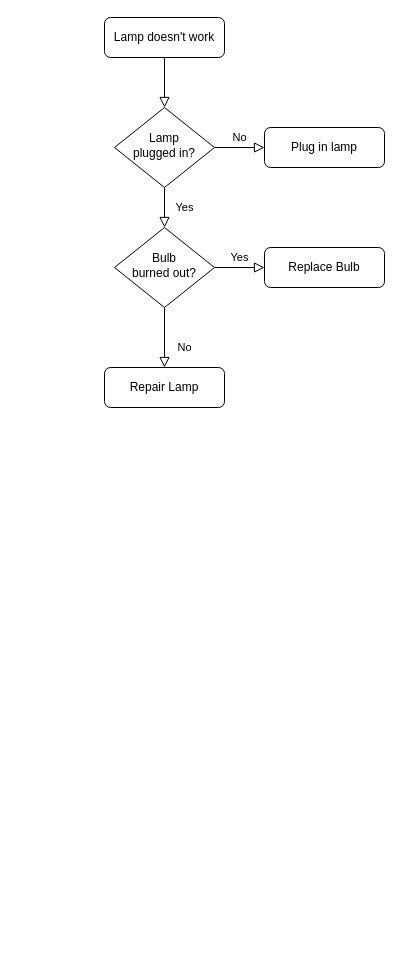
Before: Untitled Diagram.drawio in calvinhaviandy/simple-website, a draw.io diagram. Source tidied: cells renumbered, new cells numbered last; positions are measured from the earlier drawing's top-left corner, leaving out a move shared by most shapes. Both pictures are drawn from the tidied source at 100%, with x=0, y=0 at pixel (104, 17).
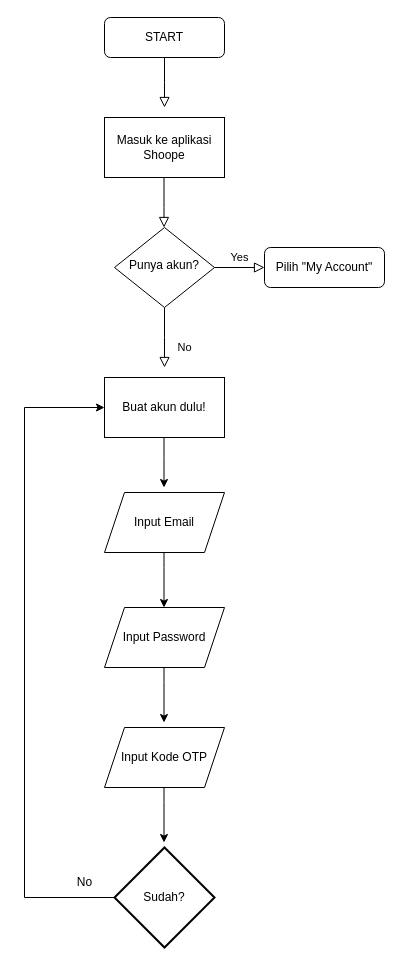
The same page after the edit.

The edit, as a diff of the source:
```diff
@@
-    <mxCell id="2" style="rounded=0;html=1;jettySize=auto;fontSize=11;endArrow=block;endFill=0;endSize=8;strokeWidth=1;shadow=0;labelBackgroundColor=none;edgeStyle=orthogonalEdgeStyle;" parent="1" edge="1" source="3" target="6">
-      <mxGeometry relative="1" as="geometry" />
+    <mxCell id="2" style="rounded=0;html=1;jettySize=auto;fontSize=11;endArrow=block;endFill=0;endSize=8;strokeWidth=1;shadow=0;labelBackgroundColor=none;edgeStyle=orthogonalEdgeStyle;" parent="1" edge="1" source="3">
+      <mxGeometry relative="1" as="geometry">
+        <mxPoint x="60" y="90" as="targetPoint" />
+      </mxGeometry>
     </mxCell>
-    <mxCell id="3" value="Lamp doesn't work" style="rounded=1;whiteSpace=wrap;html=1;fontSize=12;glass=0;strokeWidth=1;shadow=0;" parent="1" vertex="1">
+    <mxCell id="3" value="START" style="rounded=1;whiteSpace=wrap;html=1;fontSize=12;glass=0;strokeWidth=1;shadow=0;" parent="1" vertex="1">
       <mxGeometry width="120" height="40" as="geometry" />
     </mxCell>
-    <mxCell id="4" value="Yes" style="rounded=0;html=1;jettySize=auto;fontSize=11;endArrow=block;endFill=0;endSize=8;strokeWidth=1;shadow=0;labelBackgroundColor=none;edgeStyle=orthogonalEdgeStyle;" parent="1" edge="1" source="6" target="10">
-      <mxGeometry y="20" relative="1" as="geometry" />
-    </mxCell>
-    <mxCell id="5" value="No" style="edgeStyle=orthogonalEdgeStyle;rounded=0;html=1;jettySize=auto;fontSize=11;endArrow=block;endFill=0;endSize=8;strokeWidth=1;shadow=0;labelBackgroundColor=none;" parent="1" edge="1" source="6" target="7">
-      <mxGeometry y="10" relative="1" as="geometry" />
-    </mxCell>
-    <mxCell id="6" value="Lamp&lt;br&gt;plugged in?" style="rhombus;whiteSpace=wrap;html=1;shadow=0;fontFamily=Helvetica;fontSize=12;align=center;strokeWidth=1;spacing=6;spacingTop=-4;" parent="1" vertex="1">
-      <mxGeometry x="10" y="90" width="100" height="80" as="geometry" />
-    </mxCell>
-    <mxCell id="7" value="Plug in lamp" style="rounded=1;whiteSpace=wrap;html=1;fontSize=12;glass=0;strokeWidth=1;shadow=0;" parent="1" vertex="1">
-      <mxGeometry x="160" y="110" width="120" height="40" as="geometry" />
-    </mxCell>
-    <mxCell id="8" value="No" style="rounded=0;html=1;jettySize=auto;fontSize=11;endArrow=block;endFill=0;endSize=8;strokeWidth=1;shadow=0;labelBackgroundColor=none;edgeStyle=orthogonalEdgeStyle;" parent="1" edge="1" source="10" target="11">
-      <mxGeometry x="0.33" y="20" relative="1" as="geometry" />
+    <mxCell id="8" value="No" style="rounded=0;html=1;jettySize=auto;fontSize=11;endArrow=block;endFill=0;endSize=8;strokeWidth=1;shadow=0;labelBackgroundColor=none;edgeStyle=orthogonalEdgeStyle;" parent="1" edge="1" source="10">
+      <mxGeometry x="0.33" y="20" relative="1" as="geometry">
+        <mxPoint x="60" y="350" as="targetPoint" />
+      </mxGeometry>
     </mxCell>
@@
-    <mxCell id="10" value="Bulb&lt;br&gt;burned out?" style="rhombus;whiteSpace=wrap;html=1;shadow=0;fontFamily=Helvetica;fontSize=12;align=center;strokeWidth=1;spacing=6;spacingTop=-4;" parent="1" vertex="1">
+    <mxCell id="10" value="Punya akun?" style="rhombus;whiteSpace=wrap;html=1;shadow=0;fontFamily=Helvetica;fontSize=12;align=center;strokeWidth=1;spacing=6;spacingTop=-4;" parent="1" vertex="1">
       <mxGeometry x="10" y="210" width="100" height="80" as="geometry" />
     </mxCell>
-    <mxCell id="11" value="Repair Lamp" style="rounded=1;whiteSpace=wrap;html=1;fontSize=12;glass=0;strokeWidth=1;shadow=0;" parent="1" vertex="1">
-      <mxGeometry y="350" width="120" height="40" as="geometry" />
-    </mxCell>
-    <mxCell id="12" value="Replace Bulb" style="rounded=1;whiteSpace=wrap;html=1;fontSize=12;glass=0;strokeWidth=1;shadow=0;" parent="1" vertex="1">
+    <mxCell id="12" value="Pilih &quot;My Account&quot;" style="rounded=1;whiteSpace=wrap;html=1;fontSize=12;glass=0;strokeWidth=1;shadow=0;" parent="1" vertex="1">
       <mxGeometry x="160" y="230" width="120" height="40" as="geometry" />
     </mxCell>
+    <mxCell id="13" value="Masuk ke aplikasi Shoope" style="rounded=0;whiteSpace=wrap;html=1;" parent="1" vertex="1">
+      <mxGeometry y="100" width="120" height="60" as="geometry" />
+    </mxCell>
+    <mxCell id="14" style="rounded=0;html=1;jettySize=auto;orthogonalLoop=1;fontSize=11;endArrow=block;endFill=0;endSize=8;strokeWidth=1;shadow=0;labelBackgroundColor=none;edgeStyle=orthogonalEdgeStyle;" parent="1" edge="1">
+      <mxGeometry relative="1" as="geometry">
+        <mxPoint x="59.5" y="160" as="sourcePoint" />
+        <mxPoint x="59.5" y="210" as="targetPoint" />
+        <Array as="points">
+          <mxPoint x="59.5" y="190" />
+          <mxPoint x="59.5" y="190" />
+        </Array>
+      </mxGeometry>
+    </mxCell>
+    <mxCell id="15" value="Buat akun dulu!" style="rounded=0;whiteSpace=wrap;html=1;" parent="1" vertex="1">
+      <mxGeometry y="360" width="120" height="60" as="geometry" />
+    </mxCell>
+    <mxCell id="16" style="endArrow=classic;html=1;rounded=0;" parent="1" edge="1">
+      <mxGeometry relative="1" as="geometry">
+        <mxPoint x="59.5" y="420" as="sourcePoint" />
+        <mxPoint x="59.5" y="470" as="targetPoint" />
+        <Array as="points">
+          <mxPoint x="59.5" y="440" />
+        </Array>
+      </mxGeometry>
+    </mxCell>
+    <mxCell id="17" value="Input Email" style="shape=parallelogram;perimeter=parallelogramPerimeter;whiteSpace=wrap;html=1;fixedSize=1;" parent="1" vertex="1">
+      <mxGeometry y="475" width="120" height="60" as="geometry" />
+    </mxCell>
+    <mxCell id="18" style="endArrow=classic;html=1;rounded=0;strokeColor=#FFFFFF;" parent="1" edge="1">
+      <mxGeometry relative="1" as="geometry">
+        <mxPoint x="220" y="650" as="sourcePoint" />
+        <mxPoint x="270" y="600" as="targetPoint" />
+      </mxGeometry>
+    </mxCell>
+    <mxCell id="19" style="endArrow=classic;html=1;rounded=0;strokeColor=#FFFFFF;" parent="1" edge="1">
+      <mxGeometry relative="1" as="geometry">
+        <mxPoint x="220" y="650" as="sourcePoint" />
+        <mxPoint x="270" y="600" as="targetPoint" />
+      </mxGeometry>
+    </mxCell>
+    <mxCell id="20" style="endArrow=classic;html=1;rounded=0;strokeColor=#FFFFFF;" parent="1" edge="1">
+      <mxGeometry relative="1" as="geometry">
+        <mxPoint x="220" y="650" as="sourcePoint" />
+        <mxPoint x="270" y="600" as="targetPoint" />
+      </mxGeometry>
+    </mxCell>
+    <mxCell id="21" style="endArrow=classic;html=1;rounded=0;strokeColor=#000000;" parent="1" edge="1">
+      <mxGeometry relative="1" as="geometry">
+        <mxPoint x="59.5" y="535" as="sourcePoint" />
+        <mxPoint x="59.5" y="590" as="targetPoint" />
+        <Array as="points">
+          <mxPoint x="59.5" y="550" />
+        </Array>
+      </mxGeometry>
+    </mxCell>
+    <mxCell id="22" value="Input Password" style="shape=parallelogram;perimeter=parallelogramPerimeter;whiteSpace=wrap;html=1;fixedSize=1;" parent="1" vertex="1">
+      <mxGeometry y="590" width="120" height="60" as="geometry" />
+    </mxCell>
+    <mxCell id="23" style="endArrow=classic;html=1;rounded=0;strokeColor=#000000;" parent="1" edge="1">
+      <mxGeometry relative="1" as="geometry">
+        <mxPoint x="59.5" y="650" as="sourcePoint" />
+        <mxPoint x="59.5" y="705" as="targetPoint" />
+        <Array as="points">
+          <mxPoint x="59.5" y="665" />
+        </Array>
+      </mxGeometry>
+    </mxCell>
+    <mxCell id="24" value="Input Kode OTP" style="shape=parallelogram;perimeter=parallelogramPerimeter;whiteSpace=wrap;html=1;fixedSize=1;" parent="1" vertex="1">
+      <mxGeometry y="710" width="120" height="60" as="geometry" />
+    </mxCell>
+    <mxCell id="25" style="endArrow=classic;html=1;rounded=0;strokeColor=#000000;" parent="1" edge="1">
+      <mxGeometry relative="1" as="geometry">
+        <mxPoint x="59.5" y="770" as="sourcePoint" />
+        <mxPoint x="59.5" y="825" as="targetPoint" />
+        <Array as="points">
+          <mxPoint x="59.5" y="785" />
+        </Array>
+      </mxGeometry>
+    </mxCell>
+    <mxCell id="26" value="Sudah?" style="strokeWidth=2;html=1;shape=mxgraph.flowchart.decision;whiteSpace=wrap;" parent="1" vertex="1">
+      <mxGeometry x="10" y="830" width="100" height="100" as="geometry" />
+    </mxCell>
+    <mxCell id="27" style="edgeStyle=elbowEdgeStyle;elbow=horizontal;endArrow=classic;html=1;rounded=0;strokeColor=#000000;exitX=0;exitY=0.5;exitDx=0;exitDy=0;exitPerimeter=0;entryX=0;entryY=0.5;entryDx=0;entryDy=0;" parent="1" edge="1" source="26" target="15">
+      <mxGeometry relative="1" as="geometry">
+        <Array as="points">
+          <mxPoint x="-80" y="830" />
+        </Array>
+      </mxGeometry>
+    </mxCell>
+    <mxCell id="5" value="No" style="text;html=1;align=center;verticalAlign=middle;strokeColor=none;fillColor=none;" parent="1" vertex="1">
+      <mxGeometry x="-40" y="850" width="40" height="30" as="geometry" />
+    </mxCell>
```
